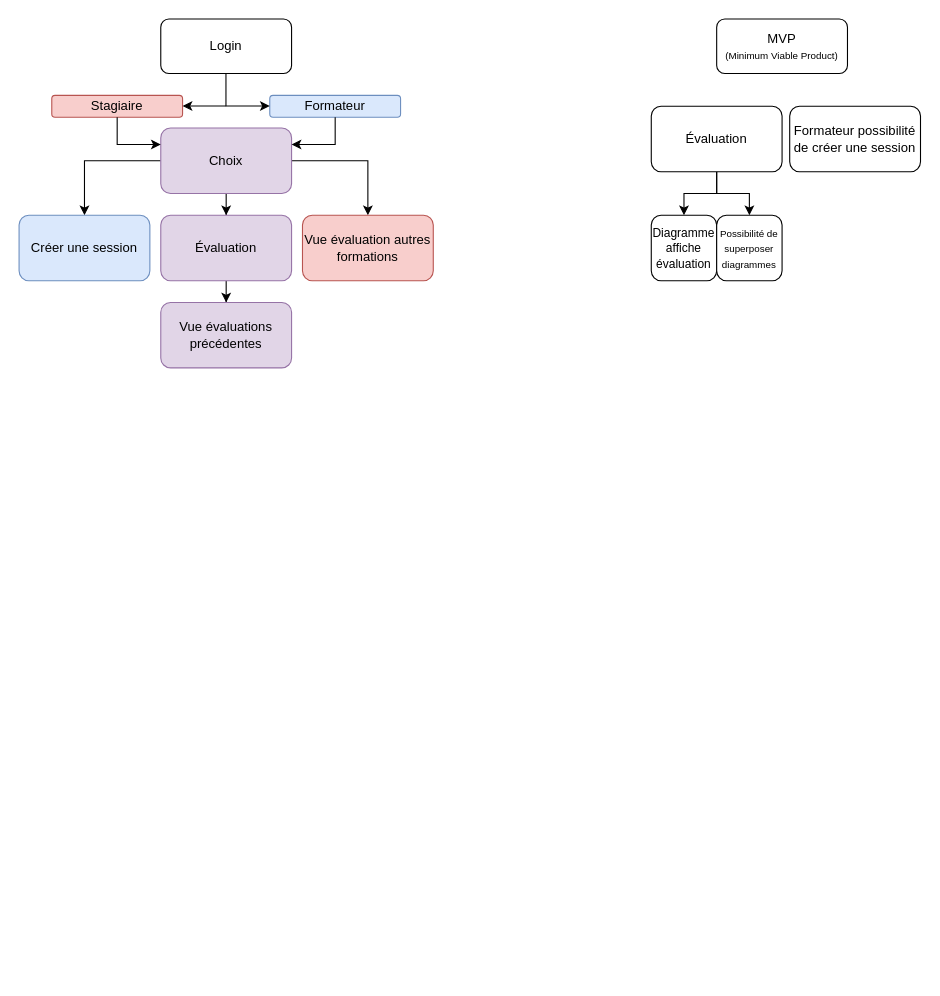
HazemMaddouri/wf11-ei_1 keeps this draw.io diagram as Diagramme sans nom.drawio. Above is the earlier version. Source tidied: cells renumbered, new cells numbered last; positions are measured from the earlier drawing's top-left corner, leaving out a move shared by most shapes. Both pictures are drawn from the tidied source at 109%, with x=0, y=0 at pixel (19, 19).
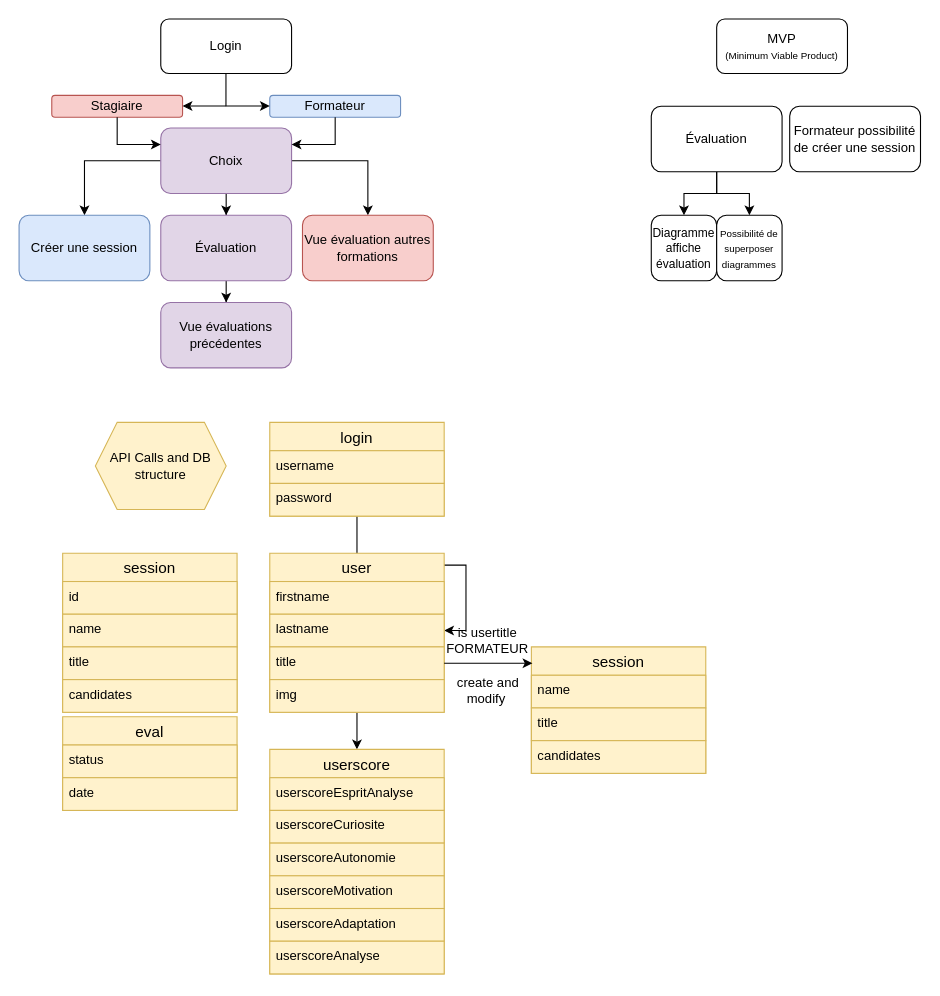
Above is the later version.

Commit message:
Mettre à jour Diagramme sans nom.drawio

The edit, as a diff of the source:
```diff
@@
+    <mxCell id="26" value="eval" style="swimlane;fontStyle=0;horizontal=1;startSize=26;align=center;fontSize=14;fillColor=#fff2cc;strokeColor=#d6b656;" parent="1" vertex="1">
+      <mxGeometry x="40" y="640" width="160" height="86" as="geometry" />
+    </mxCell>
+    <mxCell id="27" value="status" style="text;strokeColor=#d6b656;fillColor=#fff2cc;spacingLeft=4;spacingRight=4;overflow=hidden;fontSize=12;whiteSpace=wrap;html=1;" parent="26" vertex="1">
+      <mxGeometry y="26" width="160" height="30" as="geometry" />
+    </mxCell>
+    <mxCell id="28" value="date" style="text;strokeColor=#d6b656;fillColor=#fff2cc;spacingLeft=4;spacingRight=4;overflow=hidden;fontSize=12;whiteSpace=wrap;html=1;" parent="26" vertex="1">
+      <mxGeometry y="56" width="160" height="30" as="geometry" />
+    </mxCell>
+    <mxCell id="29" style="edgeStyle=orthogonalEdgeStyle;rounded=0;jettySize=auto;html=1;" parent="1" edge="1" source="30" target="36">
+      <mxGeometry relative="1" as="geometry">
+        <Array as="points">
+          <mxPoint x="310" y="501" />
+          <mxPoint x="410" y="501" />
+          <mxPoint x="410" y="561" />
+        </Array>
+      </mxGeometry>
+    </mxCell>
+    <mxCell id="30" value="login" style="swimlane;fontStyle=0;horizontal=1;startSize=26;align=center;fontSize=14;fillColor=#fff2cc;strokeColor=#d6b656;" parent="1" vertex="1">
+      <mxGeometry x="230" y="370" width="160" height="86" as="geometry" />
+    </mxCell>
+    <mxCell id="31" value="username" style="text;strokeColor=#d6b656;fillColor=#fff2cc;spacingLeft=4;spacingRight=4;overflow=hidden;fontSize=12;whiteSpace=wrap;html=1;" parent="30" vertex="1">
+      <mxGeometry y="26" width="160" height="30" as="geometry" />
+    </mxCell>
+    <mxCell id="32" value="password" style="text;strokeColor=#d6b656;fillColor=#fff2cc;spacingLeft=4;spacingRight=4;overflow=hidden;fontSize=12;whiteSpace=wrap;html=1;" parent="30" vertex="1">
+      <mxGeometry y="56" width="160" height="30" as="geometry" />
+    </mxCell>
+    <mxCell id="33" style="edgeStyle=orthogonalEdgeStyle;rounded=0;jettySize=auto;html=1;entryX=0.5;entryY=0;entryDx=0;entryDy=0;" parent="1" edge="1" source="34" target="48">
+      <mxGeometry relative="1" as="geometry" />
+    </mxCell>
+    <mxCell id="34" value="user" style="swimlane;fontStyle=0;horizontal=1;startSize=26;align=center;fontSize=14;fillColor=#fff2cc;strokeColor=#d6b656;" parent="1" vertex="1">
+      <mxGeometry x="230" y="490" width="160" height="146" as="geometry" />
+    </mxCell>
+    <mxCell id="35" value="firstname" style="text;strokeColor=#d6b656;fillColor=#fff2cc;spacingLeft=4;spacingRight=4;overflow=hidden;fontSize=12;whiteSpace=wrap;html=1;" parent="34" vertex="1">
+      <mxGeometry y="26" width="160" height="30" as="geometry" />
+    </mxCell>
+    <mxCell id="36" value="lastname" style="text;strokeColor=#d6b656;fillColor=#fff2cc;spacingLeft=4;spacingRight=4;overflow=hidden;points=[[0,0.5],[1,0.5]];portConstraint=eastwest;fontSize=12;whiteSpace=wrap;html=1;" parent="34" vertex="1">
+      <mxGeometry y="56" width="160" height="30" as="geometry" />
+    </mxCell>
+    <mxCell id="37" value="title" style="text;strokeColor=#d6b656;fillColor=#fff2cc;spacingLeft=4;spacingRight=4;overflow=hidden;points=[[0,0.5],[1,0.5]];portConstraint=eastwest;fontSize=12;whiteSpace=wrap;html=1;" parent="34" vertex="1">
+      <mxGeometry y="86" width="160" height="30" as="geometry" />
+    </mxCell>
+    <mxCell id="38" value="img" style="text;strokeColor=#d6b656;fillColor=#fff2cc;spacingLeft=4;spacingRight=4;overflow=hidden;fontSize=12;whiteSpace=wrap;html=1;" parent="34" vertex="1">
+      <mxGeometry y="116" width="160" height="30" as="geometry" />
+    </mxCell>
+    <mxCell id="39" value="session" style="swimlane;fontStyle=0;horizontal=1;startSize=26;align=center;fontSize=14;fillColor=#fff2cc;strokeColor=#d6b656;" parent="1" vertex="1">
+      <mxGeometry x="40" y="490" width="160" height="146" as="geometry" />
+    </mxCell>
+    <mxCell id="40" value="id" style="text;strokeColor=#d6b656;fillColor=#fff2cc;spacingLeft=4;spacingRight=4;overflow=hidden;fontSize=12;whiteSpace=wrap;html=1;" parent="39" vertex="1">
+      <mxGeometry y="26" width="160" height="30" as="geometry" />
+    </mxCell>
+    <mxCell id="41" value="name" style="text;strokeColor=#d6b656;fillColor=#fff2cc;spacingLeft=4;spacingRight=4;overflow=hidden;fontSize=12;whiteSpace=wrap;html=1;" parent="39" vertex="1">
+      <mxGeometry y="56" width="160" height="30" as="geometry" />
+    </mxCell>
+    <mxCell id="42" value="title" style="text;strokeColor=#d6b656;fillColor=#fff2cc;spacingLeft=4;spacingRight=4;overflow=hidden;fontSize=12;whiteSpace=wrap;html=1;" parent="39" vertex="1">
+      <mxGeometry y="86" width="160" height="30" as="geometry" />
+    </mxCell>
+    <mxCell id="43" value="candidates" style="text;strokeColor=#d6b656;fillColor=#fff2cc;spacingLeft=4;spacingRight=4;overflow=hidden;fontSize=12;whiteSpace=wrap;html=1;" parent="39" vertex="1">
+      <mxGeometry y="116" width="160" height="30" as="geometry" />
+    </mxCell>
+    <mxCell id="44" value="session" style="swimlane;fontStyle=0;horizontal=1;startSize=26;align=center;fontSize=14;fillColor=#fff2cc;strokeColor=#d6b656;" parent="1" vertex="1">
+      <mxGeometry x="470" y="576" width="160" height="116" as="geometry" />
+    </mxCell>
+    <mxCell id="45" value="name" style="text;strokeColor=#d6b656;fillColor=#fff2cc;spacingLeft=4;spacingRight=4;overflow=hidden;fontSize=12;whiteSpace=wrap;html=1;" parent="44" vertex="1">
+      <mxGeometry y="26" width="160" height="30" as="geometry" />
+    </mxCell>
+    <mxCell id="46" value="title" style="text;strokeColor=#d6b656;fillColor=#fff2cc;spacingLeft=4;spacingRight=4;overflow=hidden;fontSize=12;whiteSpace=wrap;html=1;" parent="44" vertex="1">
+      <mxGeometry y="56" width="160" height="30" as="geometry" />
+    </mxCell>
+    <mxCell id="47" value="candidates" style="text;strokeColor=#d6b656;fillColor=#fff2cc;spacingLeft=4;spacingRight=4;overflow=hidden;fontSize=12;whiteSpace=wrap;html=1;" parent="44" vertex="1">
+      <mxGeometry y="86" width="160" height="30" as="geometry" />
+    </mxCell>
+    <mxCell id="48" value="userscore" style="swimlane;fontStyle=0;horizontal=1;startSize=26;align=center;fontSize=14;fillColor=#fff2cc;strokeColor=#d6b656;" parent="1" vertex="1">
+      <mxGeometry x="230" y="670" width="160" height="206" as="geometry" />
+    </mxCell>
+    <mxCell id="49" value="userscoreEspritAnalyse" style="text;strokeColor=#d6b656;fillColor=#fff2cc;spacingLeft=4;spacingRight=4;overflow=hidden;fontSize=12;whiteSpace=wrap;html=1;" parent="48" vertex="1">
+      <mxGeometry y="26" width="160" height="30" as="geometry" />
+    </mxCell>
+    <mxCell id="50" value="userscoreCuriosite" style="text;strokeColor=#d6b656;fillColor=#fff2cc;spacingLeft=4;spacingRight=4;overflow=hidden;fontSize=12;whiteSpace=wrap;html=1;" parent="48" vertex="1">
+      <mxGeometry y="56" width="160" height="30" as="geometry" />
+    </mxCell>
+    <mxCell id="51" value="userscoreAutonomie" style="text;strokeColor=#d6b656;fillColor=#fff2cc;spacingLeft=4;spacingRight=4;overflow=hidden;fontSize=12;whiteSpace=wrap;html=1;" parent="48" vertex="1">
+      <mxGeometry y="86" width="160" height="30" as="geometry" />
+    </mxCell>
+    <mxCell id="52" value="userscoreMotivation" style="text;strokeColor=#d6b656;fillColor=#fff2cc;spacingLeft=4;spacingRight=4;overflow=hidden;fontSize=12;whiteSpace=wrap;html=1;" parent="48" vertex="1">
+      <mxGeometry y="116" width="160" height="30" as="geometry" />
+    </mxCell>
+    <mxCell id="53" value="userscoreAdaptation" style="text;strokeColor=#d6b656;fillColor=#fff2cc;spacingLeft=4;spacingRight=4;overflow=hidden;fontSize=12;whiteSpace=wrap;html=1;" parent="48" vertex="1">
+      <mxGeometry y="146" width="160" height="30" as="geometry" />
+    </mxCell>
+    <mxCell id="54" value="userscoreAnalyse" style="text;strokeColor=#d6b656;fillColor=#fff2cc;spacingLeft=4;spacingRight=4;overflow=hidden;fontSize=12;whiteSpace=wrap;html=1;" parent="48" vertex="1">
+      <mxGeometry y="176" width="160" height="30" as="geometry" />
+    </mxCell>
+    <mxCell id="55" style="edgeStyle=orthogonalEdgeStyle;rounded=0;jettySize=auto;html=1;exitX=1;exitY=0.5;exitDx=0;exitDy=0;entryX=0.006;entryY=0.129;entryDx=0;entryDy=0;entryPerimeter=0;" parent="1" edge="1" source="37" target="44">
+      <mxGeometry relative="1" as="geometry" />
+    </mxCell>
+    <mxCell id="56" value="is usertitle&lt;br&gt;FORMATEUR" style="text;align=center;html=1;verticalAlign=middle;whiteSpace=wrap;rounded=0;" parent="1" vertex="1">
+      <mxGeometry x="400" y="555" width="60" height="30" as="geometry" />
+    </mxCell>
+    <mxCell id="57" value="create and&lt;br&gt;modify&amp;nbsp;" style="text;html=1;align=center;verticalAlign=middle;" parent="1" vertex="1">
+      <mxGeometry x="390" y="596" width="80" height="40" as="geometry" />
+    </mxCell>
+    <mxCell id="58" value="API Calls and DB structure" style="shape=hexagon;perimeter=hexagonPerimeter2;whiteSpace=wrap;html=1;fixedSize=1;fillColor=#fff2cc;strokeColor=#d6b656;" parent="1" vertex="1">
+      <mxGeometry x="70" y="370" width="120" height="80" as="geometry" />
+    </mxCell>
```
